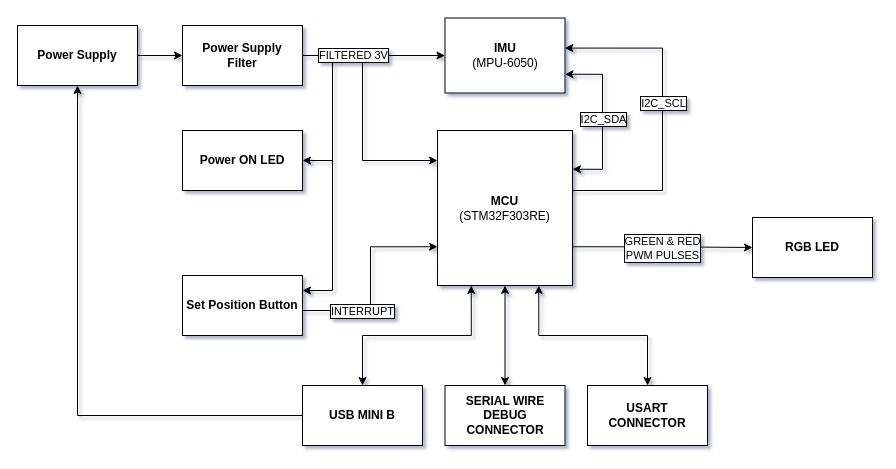
Earlier version of the draw.io diagram etc/vertapFlowchart.drawio (taldabba/Vertap). Source tidied: cells renumbered, new cells numbered last; positions are measured from the earlier drawing's top-left corner, leaving out a move shared by most shapes. Both pictures are drawn from the tidied source at 100%, with x=0, y=0 at pixel (17, 17).
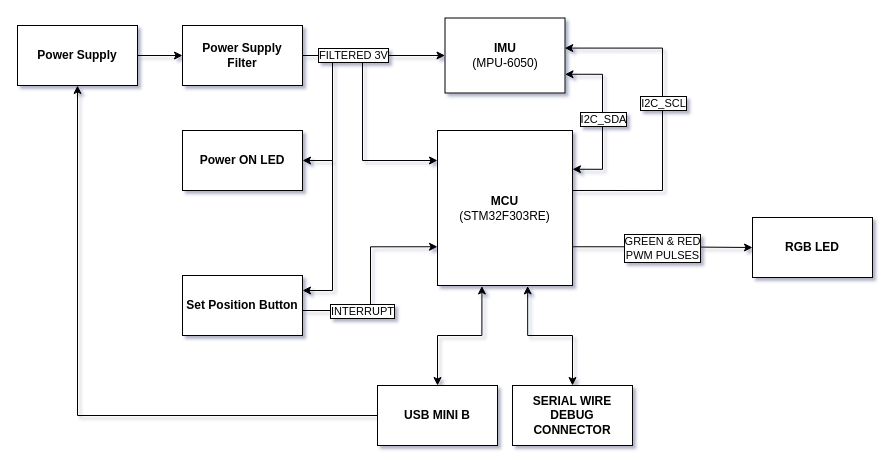
The same diagram, later.

The change refers to these unchanged cells:
```xml
<mxCell id="17" value="&lt;b&gt;MCU &lt;/b&gt;&lt;br&gt;(STM32F303RE)" style="rounded=0;whiteSpace=wrap;html=1;" parent="1" vertex="1">
  <mxGeometry x="420" y="113" width="135" height="155" as="geometry" />
</mxCell>
```

Diff of the diagram source:
```diff
@@
-    <mxCell id="24" style="edgeStyle=orthogonalEdgeStyle;rounded=0;jettySize=auto;html=1;exitX=0.5;exitY=0;exitDx=0;exitDy=0;entryX=0.25;entryY=1;entryDx=0;entryDy=0;startArrow=classic;startFill=1;" parent="1" edge="1" source="25" target="17">
+    <mxCell id="24" style="edgeStyle=orthogonalEdgeStyle;rounded=0;jettySize=auto;html=1;exitX=0.5;exitY=0;exitDx=0;exitDy=0;entryX=0.329;entryY=1.003;entryDx=0;entryDy=0;startArrow=classic;startFill=1;entryPerimeter=0;" parent="1" edge="1" source="25" target="17">
       <mxGeometry relative="1" as="geometry" />
     </mxCell>
     <mxCell id="25" value="USB MINI B" style="rounded=0;whiteSpace=wrap;html=1;fontStyle=1;" parent="1" vertex="1">
-      <mxGeometry x="285" y="368" width="120" height="60" as="geometry" />
+      <mxGeometry x="360" y="368" width="120" height="60" as="geometry" />
     </mxCell>
-    <mxCell id="26" style="edgeStyle=orthogonalEdgeStyle;rounded=0;jettySize=auto;html=1;exitX=0.5;exitY=0;exitDx=0;exitDy=0;entryX=0.5;entryY=1;entryDx=0;entryDy=0;endArrow=classic;endFill=1;startArrow=classic;startFill=1;" parent="1" edge="1" source="27" target="17">
+    <mxCell id="26" style="edgeStyle=orthogonalEdgeStyle;rounded=0;jettySize=auto;html=1;exitX=0.5;exitY=0;exitDx=0;exitDy=0;entryX=0.668;entryY=1.003;entryDx=0;entryDy=0;endArrow=classic;endFill=1;startArrow=classic;startFill=1;entryPerimeter=0;" parent="1" edge="1" source="27" target="17">
       <mxGeometry relative="1" as="geometry" />
     </mxCell>
     <mxCell id="27" value="SERIAL WIRE DEBUG CONNECTOR" style="rounded=0;whiteSpace=wrap;html=1;fontStyle=1;" parent="1" vertex="1">
-      <mxGeometry x="427.5" y="368" width="120" height="60" as="geometry" />
+      <mxGeometry x="495" y="368" width="120" height="60" as="geometry" />
     </mxCell>
-    <mxCell id="28" style="edgeStyle=orthogonalEdgeStyle;rounded=0;jettySize=auto;html=1;exitX=0.5;exitY=0;exitDx=0;exitDy=0;entryX=0.75;entryY=1;entryDx=0;entryDy=0;startArrow=classic;startFill=1;" parent="1" edge="1" source="29" target="17">
-      <mxGeometry relative="1" as="geometry" />
-    </mxCell>
-    <mxCell id="29" value="USART CONNECTOR" style="rounded=0;whiteSpace=wrap;html=1;fontStyle=1;" parent="1" vertex="1">
-      <mxGeometry x="570" y="368" width="120" height="60" as="geometry" />
-    </mxCell>
```
